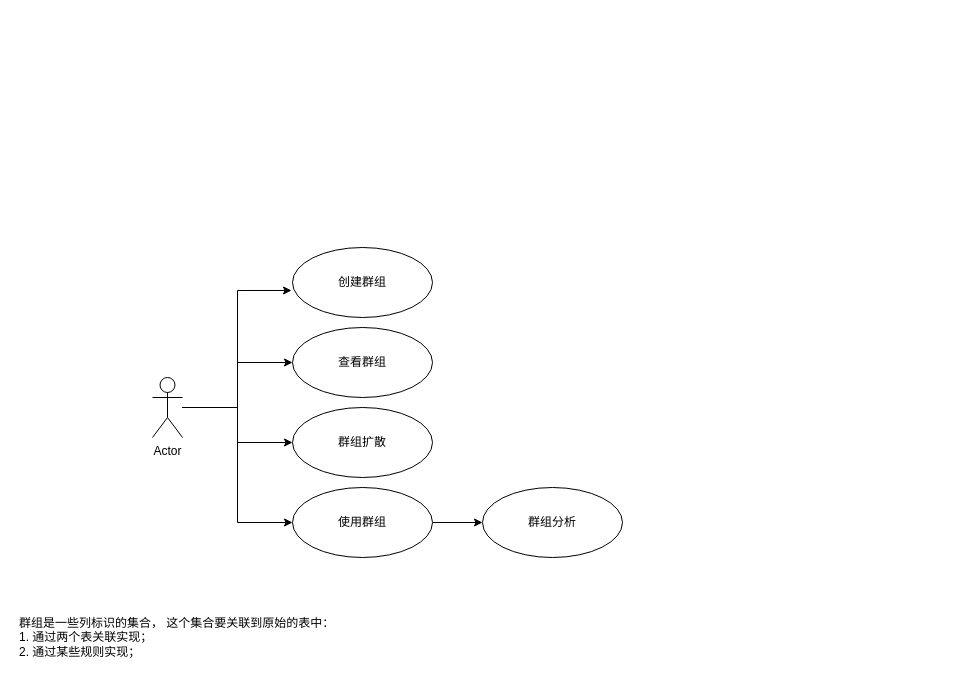
Before: 人群分析.drawio in larrydrh/diagram, a draw.io diagram. Source tidied: cells renumbered, new cells numbered last; positions are measured from the earlier drawing's top-left corner, leaving out a move shared by most shapes. Both pictures are drawn from the tidied source at 100%, with x=0, y=0 at pixel (17, 247).
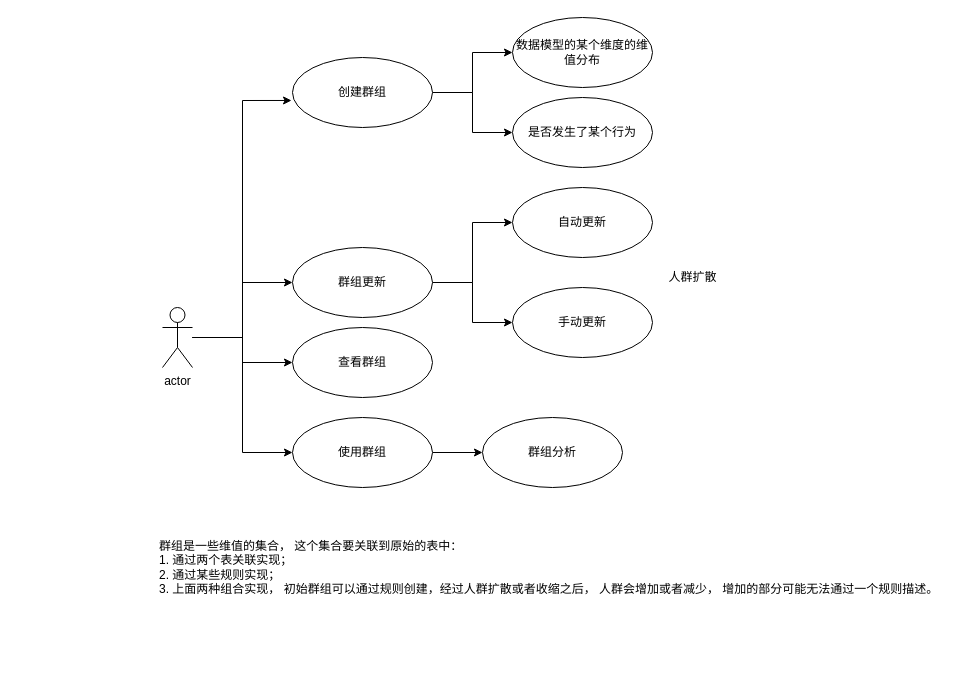
Above is the later version.

Change to the diagram source:
```diff
@@
-    <mxCell id="4" style="edgeStyle=orthogonalEdgeStyle;rounded=0;jettySize=auto;html=1;" parent="1" edge="1" source="6" target="9">
-      <mxGeometry relative="1" as="geometry" />
-    </mxCell>
@@
+    <mxCell id="14" style="edgeStyle=orthogonalEdgeStyle;rounded=0;jettySize=auto;html=1;" parent="1" edge="1" source="6" target="21">
+      <mxGeometry relative="1" as="geometry" />
+    </mxCell>
-    <mxCell id="6" value="Actor" style="shape=umlActor;verticalLabelPosition=bottom;verticalAlign=top;html=1;" parent="1" vertex="1">
-      <mxGeometry x="135" y="130" width="30" height="60" as="geometry" />
+    <mxCell id="6" value="actor" style="shape=umlActor;verticalLabelPosition=bottom;verticalAlign=top;html=1;" parent="1" vertex="1">
+      <mxGeometry x="145" y="60" width="30" height="60" as="geometry" />
     </mxCell>
+    <mxCell id="15" style="edgeStyle=orthogonalEdgeStyle;rounded=0;jettySize=auto;html=1;" parent="1" edge="1" source="7" target="17">
+      <mxGeometry relative="1" as="geometry" />
+    </mxCell>
+    <mxCell id="16" style="edgeStyle=orthogonalEdgeStyle;rounded=0;jettySize=auto;html=1;entryX=0;entryY=0.5;entryDx=0;entryDy=0;" parent="1" edge="1" source="7" target="18">
+      <mxGeometry relative="1" as="geometry" />
+    </mxCell>
     <mxCell id="7" value="创建群组" style="ellipse;whiteSpace=wrap;html=1;" parent="1" vertex="1">
-      <mxGeometry x="275" width="140" height="70" as="geometry" />
+      <mxGeometry x="275" y="-190" width="140" height="70" as="geometry" />
     </mxCell>
@@
-    <mxCell id="9" value="群组扩散" style="ellipse;whiteSpace=wrap;html=1;" parent="1" vertex="1">
-      <mxGeometry x="275" y="160" width="140" height="70" as="geometry" />
-    </mxCell>
@@
     <mxCell id="11" value="使用群组" style="ellipse;whiteSpace=wrap;html=1;" parent="1" vertex="1">
-      <mxGeometry x="275" y="240" width="140" height="70" as="geometry" />
+      <mxGeometry x="275" y="170" width="140" height="70" as="geometry" />
     </mxCell>
     <mxCell id="12" value="群组分析" style="ellipse;whiteSpace=wrap;html=1;" parent="1" vertex="1">
-      <mxGeometry x="465" y="240" width="140" height="70" as="geometry" />
+      <mxGeometry x="465" y="170" width="140" height="70" as="geometry" />
     </mxCell>
-    <mxCell id="13" value="群组是一些列标识的集合， 这个集合要关联到原始的表中：&lt;br&gt;1. 通过两个表关联实现；&lt;br&gt;&lt;div&gt;&lt;span&gt;2. 通过某些规则实现；&lt;/span&gt;&lt;/div&gt;" style="text;html=1;align=left;verticalAlign=middle;strokeColor=none;fillColor=none;" parent="1" vertex="1">
-      <mxGeometry y="365" width="330" height="50" as="geometry" />
+    <mxCell id="13" value="群组是一些维值的集合， 这个集合要关联到原始的表中：&lt;br&gt;1. 通过两个表关联实现；&lt;br&gt;&lt;div&gt;&lt;span&gt;2. 通过某些规则实现；&lt;/span&gt;&lt;/div&gt;&lt;div&gt;&lt;span&gt;3. 上面两种组合实现， 初始群组可以通过规则创建，经过人群扩散或者收缩之后， 人群会增加或者减少， 增加的部分可能无法通过一个规则描述。&lt;/span&gt;&lt;/div&gt;" style="text;html=1;align=left;verticalAlign=middle;strokeColor=none;fillColor=none;" parent="1" vertex="1">
+      <mxGeometry x="140" y="290" width="790" height="60" as="geometry" />
     </mxCell>
+    <mxCell id="17" value="数据模型的某个维度的维值分布" style="ellipse;whiteSpace=wrap;html=1;" parent="1" vertex="1">
+      <mxGeometry x="495" y="-230" width="140" height="70" as="geometry" />
+    </mxCell>
+    <mxCell id="18" value="是否发生了某个行为" style="ellipse;whiteSpace=wrap;html=1;" parent="1" vertex="1">
+      <mxGeometry x="495" y="-150" width="140" height="70" as="geometry" />
+    </mxCell>
+    <mxCell id="19" style="edgeStyle=orthogonalEdgeStyle;rounded=0;jettySize=auto;html=1;entryX=0;entryY=0.5;entryDx=0;entryDy=0;" parent="1" edge="1" source="21" target="23">
+      <mxGeometry relative="1" as="geometry" />
+    </mxCell>
+    <mxCell id="20" style="edgeStyle=orthogonalEdgeStyle;rounded=0;jettySize=auto;html=1;" parent="1" edge="1" source="21" target="22">
+      <mxGeometry relative="1" as="geometry" />
+    </mxCell>
+    <mxCell id="21" value="群组更新" style="ellipse;whiteSpace=wrap;html=1;" parent="1" vertex="1">
+      <mxGeometry x="275" width="140" height="70" as="geometry" />
+    </mxCell>
+    <mxCell id="22" value="自动更新" style="ellipse;whiteSpace=wrap;html=1;" parent="1" vertex="1">
+      <mxGeometry x="495" y="-60" width="140" height="70" as="geometry" />
+    </mxCell>
+    <mxCell id="23" value="手动更新" style="ellipse;whiteSpace=wrap;html=1;" parent="1" vertex="1">
+      <mxGeometry x="495" y="40" width="140" height="70" as="geometry" />
+    </mxCell>
+    <mxCell id="24" value="人群扩散" style="text;html=1;align=center;verticalAlign=middle;strokeColor=none;fillColor=none;" parent="1" vertex="1">
+      <mxGeometry x="645" y="20" width="60" height="20" as="geometry" />
+    </mxCell>
```
